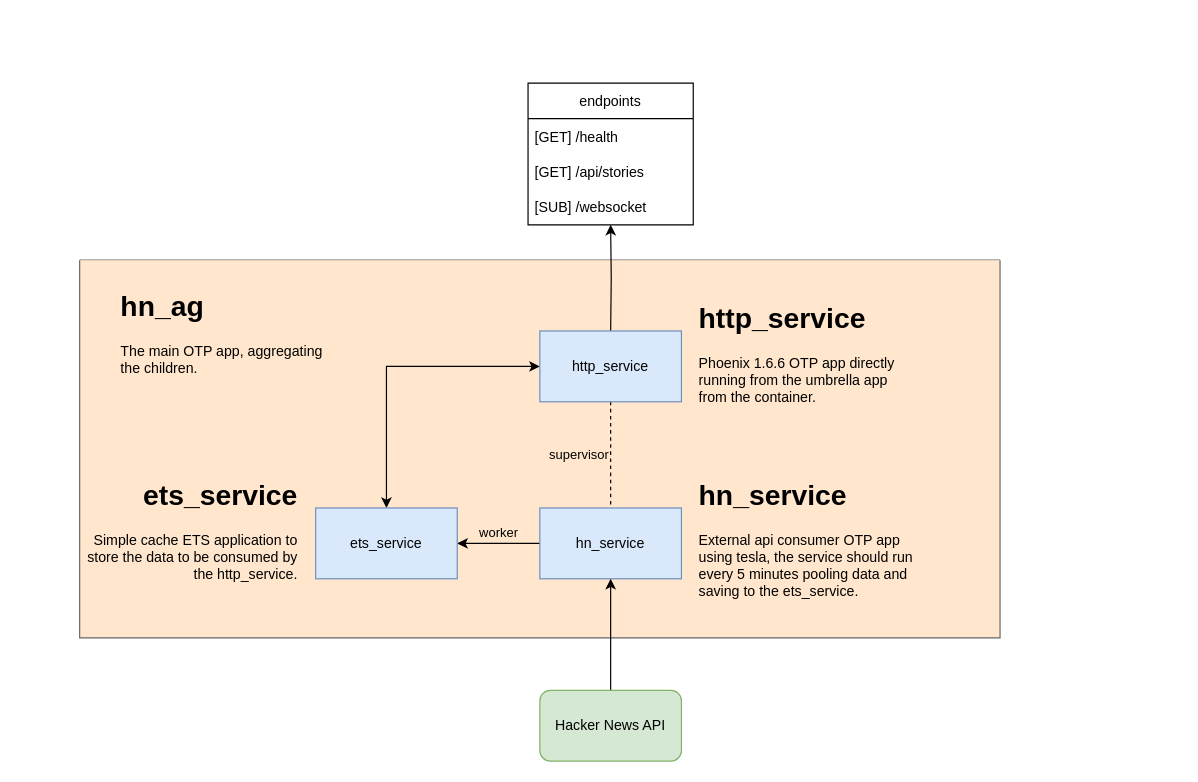
Earlier version of the draw.io diagram app_diagram.drawio (er-jpg/hn-ag). Source tidied: cells renumbered, new cells numbered last; positions are measured from the earlier drawing's top-left corner, leaving out a move shared by most shapes. Both pictures are drawn from the tidied source at 118%, with x=0, y=0 at pixel (79, 83).
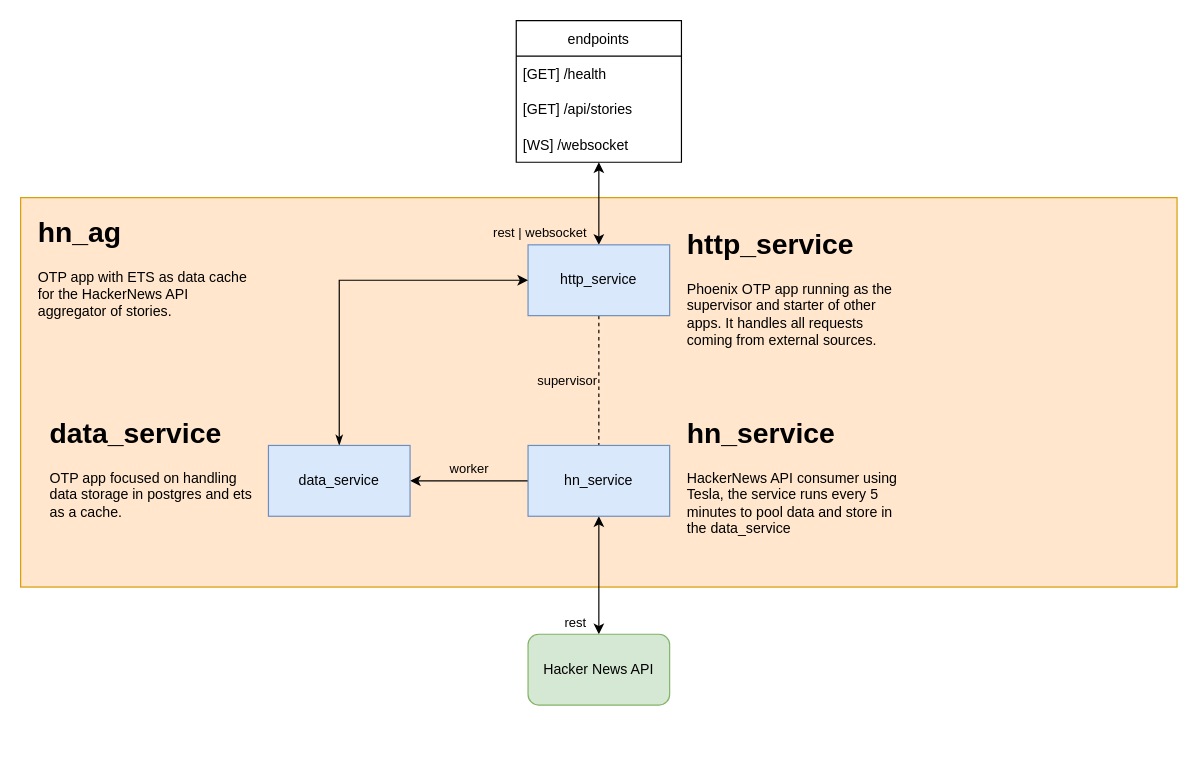
Above is the later version.

The edit, as a diff of the source:
```diff
@@
-    <mxCell id="0" />
-    <mxCell id="1" parent="0" />
-    <mxCell id="2" style="swimlane;startSize=0;fillColor=default;strokeColor=#666666;fontColor=#333333;swimlaneFillColor=#FFE6CC;gradientColor=none;" parent="1" vertex="1">
-      <mxGeometry y="150" width="780" height="320" as="geometry" />
-    </mxCell>
-    <mxCell id="3" value="&lt;h1&gt;hn_ag&lt;/h1&gt;&lt;p&gt;The main OTP app, aggregating the children.&lt;/p&gt;" style="text;html=1;strokeColor=none;fillColor=none;spacing=5;spacingTop=-20;whiteSpace=wrap;overflow=hidden;rounded=0;" parent="2" vertex="1">
-      <mxGeometry x="30" y="20" width="190" height="80" as="geometry" />
-    </mxCell>
-    <mxCell id="4" style="edgeStyle=orthogonalEdgeStyle;rounded=0;jettySize=auto;html=1;endArrow=none;endFill=0;startArrow=classic;startFill=1;" parent="1" edge="1" target="7">
-      <mxGeometry relative="1" as="geometry">
-        <mxPoint x="450" y="120" as="sourcePoint" />
-      </mxGeometry>
-    </mxCell>
-    <mxCell id="5" style="edgeStyle=orthogonalEdgeStyle;rounded=0;jettySize=auto;html=1;startArrow=classic;startFill=1;" parent="1" edge="1" source="7" target="10">
-      <mxGeometry relative="1" as="geometry" />
-    </mxCell>
-    <mxCell id="6" value="supervisor" style="edgeStyle=orthogonalEdgeStyle;rounded=0;jettySize=auto;html=1;entryX=0.5;entryY=0;entryDx=0;entryDy=0;startArrow=none;startFill=0;endArrow=none;endFill=0;dashed=1;labelBackgroundColor=none;align=right;" parent="1" edge="1" source="7" target="12">
-      <mxGeometry relative="1" as="geometry" />
-    </mxCell>
-    <mxCell id="7" value="http_service" style="whiteSpace=wrap;html=1;fillColor=#dae8fc;strokeColor=#6c8ebf;" parent="1" vertex="1">
-      <mxGeometry x="390" y="210" width="120" height="60" as="geometry" />
-    </mxCell>
-    <mxCell id="8" value="&lt;h1&gt;http_service&lt;/h1&gt;&lt;div&gt;Phoenix 1.6.6 OTP app directly running from the umbrella app from the container.&lt;/div&gt;" style="text;html=1;strokeColor=none;fillColor=none;spacing=5;spacingTop=-20;whiteSpace=wrap;overflow=hidden;rounded=0;" parent="1" vertex="1">
-      <mxGeometry x="520" y="180" width="190" height="110" as="geometry" />
-    </mxCell>
-    <mxCell id="9" value="worker" style="edgeStyle=orthogonalEdgeStyle;rounded=0;jettySize=auto;html=1;entryX=0;entryY=0.5;entryDx=0;entryDy=0;startArrow=classic;startFill=1;endArrow=none;endFill=0;labelBackgroundColor=none;verticalAlign=bottom;" parent="1" edge="1" source="10" target="12">
-      <mxGeometry relative="1" as="geometry" />
-    </mxCell>
-    <mxCell id="10" value="ets_service" style="whiteSpace=wrap;html=1;fillColor=#dae8fc;strokeColor=#6c8ebf;" parent="1" vertex="1">
-      <mxGeometry x="200" y="360" width="120" height="60" as="geometry" />
-    </mxCell>
-    <mxCell id="11" value="&lt;h1&gt;ets_service&lt;/h1&gt;&lt;p&gt;Simple cache ETS application to store the data to be consumed by the http_service.&lt;/p&gt;" style="text;html=1;strokeColor=none;fillColor=none;spacing=5;spacingTop=-20;whiteSpace=wrap;overflow=hidden;rounded=0;align=right;" parent="1" vertex="1">
-      <mxGeometry y="330" width="190" height="120" as="geometry" />
-    </mxCell>
-    <mxCell id="12" value="hn_service" style="whiteSpace=wrap;html=1;fillColor=#dae8fc;strokeColor=#6c8ebf;" parent="1" vertex="1">
-      <mxGeometry x="390" y="360" width="120" height="60" as="geometry" />
-    </mxCell>
-    <mxCell id="13" value="&lt;h1&gt;hn_service&lt;/h1&gt;&lt;p&gt;External api consumer OTP app using tesla, the service should run every 5 minutes pooling data and saving to the ets_service.&lt;/p&gt;" style="text;html=1;strokeColor=none;fillColor=none;spacing=5;spacingTop=-20;whiteSpace=wrap;overflow=hidden;rounded=0;" parent="1" vertex="1">
-      <mxGeometry x="520" y="330" width="190" height="120" as="geometry" />
-    </mxCell>
-    <mxCell id="14" style="edgeStyle=orthogonalEdgeStyle;curved=1;rounded=0;jettySize=auto;html=1;entryX=0.5;entryY=1;entryDx=0;entryDy=0;startArrow=none;startFill=0;endArrow=classic;endFill=1;" parent="1" edge="1" source="15" target="12">
-      <mxGeometry relative="1" as="geometry" />
-    </mxCell>
-    <mxCell id="15" value="Hacker News API" style="rounded=1;whiteSpace=wrap;html=1;fillColor=#d5e8d4;strokeColor=#82b366;" parent="1" vertex="1">
-      <mxGeometry x="390" y="514.5" width="120" height="60" as="geometry" />
-    </mxCell>
+    <mxCell id="20" />
+    <mxCell id="21" parent="20" />
+    <mxCell id="22" style="rounded=0;whiteSpace=wrap;html=1;fillColor=#ffe6cc;strokeColor=#d79b00;" parent="21" vertex="1">
+      <mxGeometry x="-50" y="97" width="980" height="330" as="geometry" />
+    </mxCell>
+    <mxCell id="23" value="rest | websocket" style="edgeStyle=orthogonalEdgeStyle;rounded=0;jettySize=auto;html=1;labelBackgroundColor=none;startArrow=classic;startFill=1;endArrow=classic;endFill=1;" parent="21" edge="1" source="16" target="7">
+      <mxGeometry x="0.71" y="-50" relative="1" as="geometry" />
+    </mxCell>
-    <mxCell id="16" value="endpoints" style="swimlane;fontStyle=0;horizontal=1;startSize=30;fillColor=default;gradientColor=none;" parent="1" vertex="1">
-      <mxGeometry x="380" width="140" height="120" as="geometry" />
+    <mxCell id="16" value="endpoints" style="swimlane;fontStyle=0;horizontal=1;startSize=30;" parent="21" vertex="1">
+      <mxGeometry x="370" y="-53" width="140" height="120" as="geometry" />
     </mxCell>
@@
-    <mxCell id="19" value="[SUB] /websocket" style="text;strokeColor=none;fillColor=none;align=left;verticalAlign=middle;spacingLeft=4;spacingRight=4;overflow=hidden;" parent="16" vertex="1">
-      <mxGeometry y="90" width="140" height="30" as="geometry" />
-    </mxCell>
+    <mxCell id="24" value="[WS] /websocket" style="text;strokeColor=none;fillColor=none;align=left;verticalAlign=middle;spacingLeft=4;spacingRight=4;overflow=hidden;" parent="16" vertex="1">
+      <mxGeometry y="90" width="140" height="30" as="geometry" />
+    </mxCell>
+    <mxCell id="25" value="&lt;h1&gt;hn_ag&lt;/h1&gt;&lt;div style=&quot;&quot;&gt;OTP app with ETS as data cache for the HackerNews API aggregator of stories.&lt;/div&gt;" style="text;html=1;strokeColor=none;fillColor=none;spacing=5;spacingTop=-20;whiteSpace=wrap;overflow=hidden;rounded=0;" parent="21" vertex="1">
+      <mxGeometry x="-40" y="107" width="190" height="120" as="geometry" />
+    </mxCell>
+    <mxCell id="6" value="supervisor" style="edgeStyle=orthogonalEdgeStyle;rounded=0;jettySize=auto;html=1;labelBackgroundColor=none;startArrow=none;startFill=0;endArrow=none;endFill=0;align=right;dashed=1;" parent="21" edge="1" source="7" target="12">
+      <mxGeometry relative="1" as="geometry" />
+    </mxCell>
+    <mxCell id="7" value="http_service" style="rounded=0;whiteSpace=wrap;html=1;fillColor=#dae8fc;strokeColor=#6c8ebf;" parent="21" vertex="1">
+      <mxGeometry x="380" y="137" width="120" height="60" as="geometry" />
+    </mxCell>
+    <mxCell id="26" value="&lt;h1&gt;http_service&lt;/h1&gt;&lt;div&gt;Phoenix OTP app running as the supervisor and starter of other apps. It handles all requests coming from external sources.&lt;/div&gt;" style="text;html=1;strokeColor=none;fillColor=none;spacing=5;spacingTop=-20;whiteSpace=wrap;overflow=hidden;rounded=0;" parent="21" vertex="1">
+      <mxGeometry x="510" y="117" width="190" height="120" as="geometry" />
+    </mxCell>
+    <mxCell id="9" value="worker" style="edgeStyle=orthogonalEdgeStyle;rounded=0;jettySize=auto;html=1;entryX=1;entryY=0.5;entryDx=0;entryDy=0;labelBackgroundColor=none;startArrow=none;startFill=0;endArrow=classic;endFill=1;" parent="21" edge="1" source="12" target="30">
+      <mxGeometry y="-10" relative="1" as="geometry" />
+    </mxCell>
+    <mxCell id="27" value="rest" style="edgeStyle=orthogonalEdgeStyle;rounded=0;jettySize=auto;html=1;entryX=0.5;entryY=0;entryDx=0;entryDy=0;labelBackgroundColor=none;startArrow=classic;startFill=1;endArrow=classic;endFill=1;" parent="21" edge="1" source="12" target="15">
+      <mxGeometry x="0.8" y="-20" relative="1" as="geometry" />
+    </mxCell>
+    <mxCell id="12" value="hn_service" style="rounded=0;whiteSpace=wrap;html=1;fillColor=#dae8fc;strokeColor=#6c8ebf;" parent="21" vertex="1">
+      <mxGeometry x="380" y="307" width="120" height="60" as="geometry" />
+    </mxCell>
+    <mxCell id="28" value="&lt;h1&gt;hn_service&lt;/h1&gt;&lt;div&gt;HackerNews API consumer using Tesla, the service runs every 5 minutes to pool data and store in the data_service&lt;/div&gt;" style="text;html=1;strokeColor=none;fillColor=none;spacing=5;spacingTop=-20;whiteSpace=wrap;overflow=hidden;rounded=0;" parent="21" vertex="1">
+      <mxGeometry x="510" y="277" width="190" height="120" as="geometry" />
+    </mxCell>
+    <mxCell id="29" style="edgeStyle=orthogonalEdgeStyle;rounded=0;jettySize=auto;html=1;entryX=0;entryY=0.5;entryDx=0;entryDy=0;exitX=0.5;exitY=0;exitDx=0;exitDy=0;startArrow=classicThin;startFill=1;" parent="21" edge="1" source="30" target="7">
+      <mxGeometry relative="1" as="geometry" />
+    </mxCell>
+    <mxCell id="30" value="data_service" style="rounded=0;whiteSpace=wrap;html=1;fillColor=#dae8fc;strokeColor=#6c8ebf;" parent="21" vertex="1">
+      <mxGeometry x="160" y="307" width="120" height="60" as="geometry" />
+    </mxCell>
+    <mxCell id="31" value="&lt;h1&gt;data_service&lt;/h1&gt;&lt;div&gt;OTP app focused on handling data storage in postgres and ets as a cache.&lt;/div&gt;" style="text;html=1;strokeColor=none;fillColor=none;spacing=5;spacingTop=-20;whiteSpace=wrap;overflow=hidden;rounded=0;" parent="21" vertex="1">
+      <mxGeometry x="-30" y="277" width="190" height="120" as="geometry" />
+    </mxCell>
+    <mxCell id="15" value="Hacker News API" style="rounded=1;whiteSpace=wrap;html=1;fillColor=#d5e8d4;strokeColor=#82b366;" parent="21" vertex="1">
+      <mxGeometry x="380" y="467" width="120" height="60" as="geometry" />
+    </mxCell>
```
